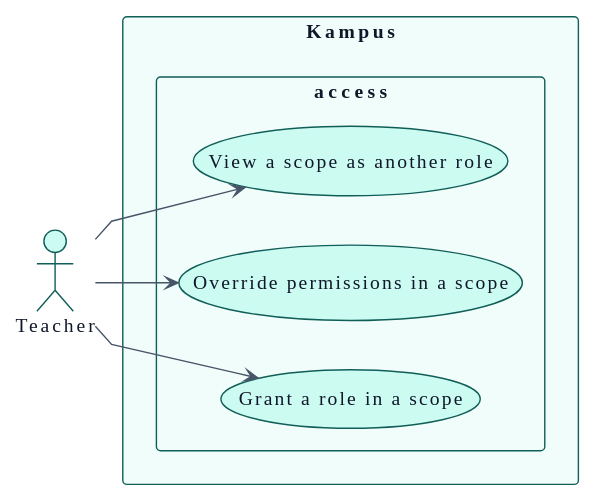
Before: docs/01-requirements/use-cases-teacher.svg, a diagram exported from PlantUML (didactika/kampus).
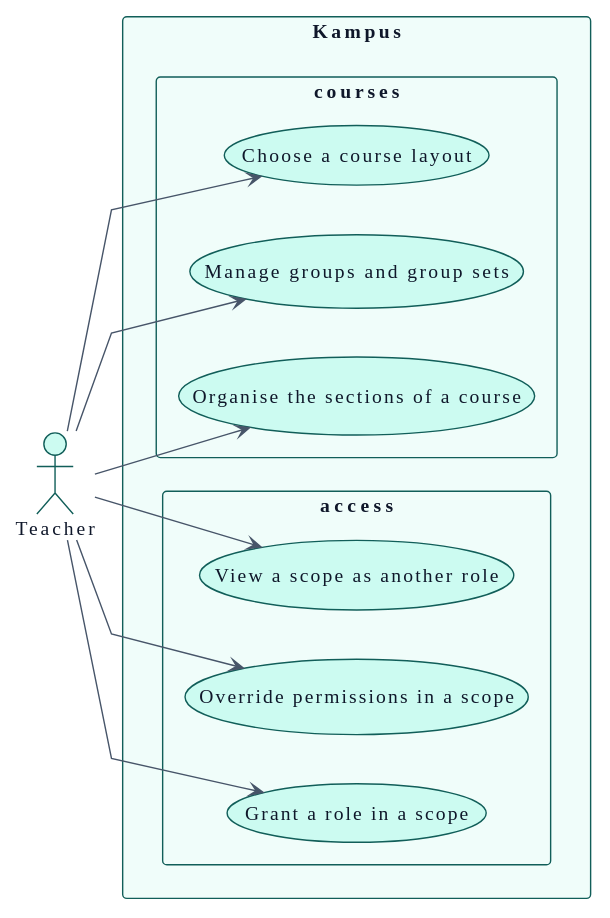
Above is the later version.

The edit, as a diff of the source:
```diff
@@ -114,9 +114,17 @@
     usecase "Override permissions in a scope" as UC_overridePermission
     usecase "View a scope as another role" as UC_viewAsRole
   }
+  package "courses" {
+    usecase "Organise the sections of a course" as UC_organiseSections
+    usecase "Manage groups and group sets" as UC_manageGroups
+    usecase "Choose a course layout" as UC_chooseCourseLayout
+  }
 }
 
 A_Teacher --> UC_grantRole
 A_Teacher --> UC_overridePermission
 A_Teacher --> UC_viewAsRole
+A_Teacher --> UC_organiseSections
+A_Teacher --> UC_manageGroups
+A_Teacher --> UC_chooseCourseLayout
 @enduml
```
